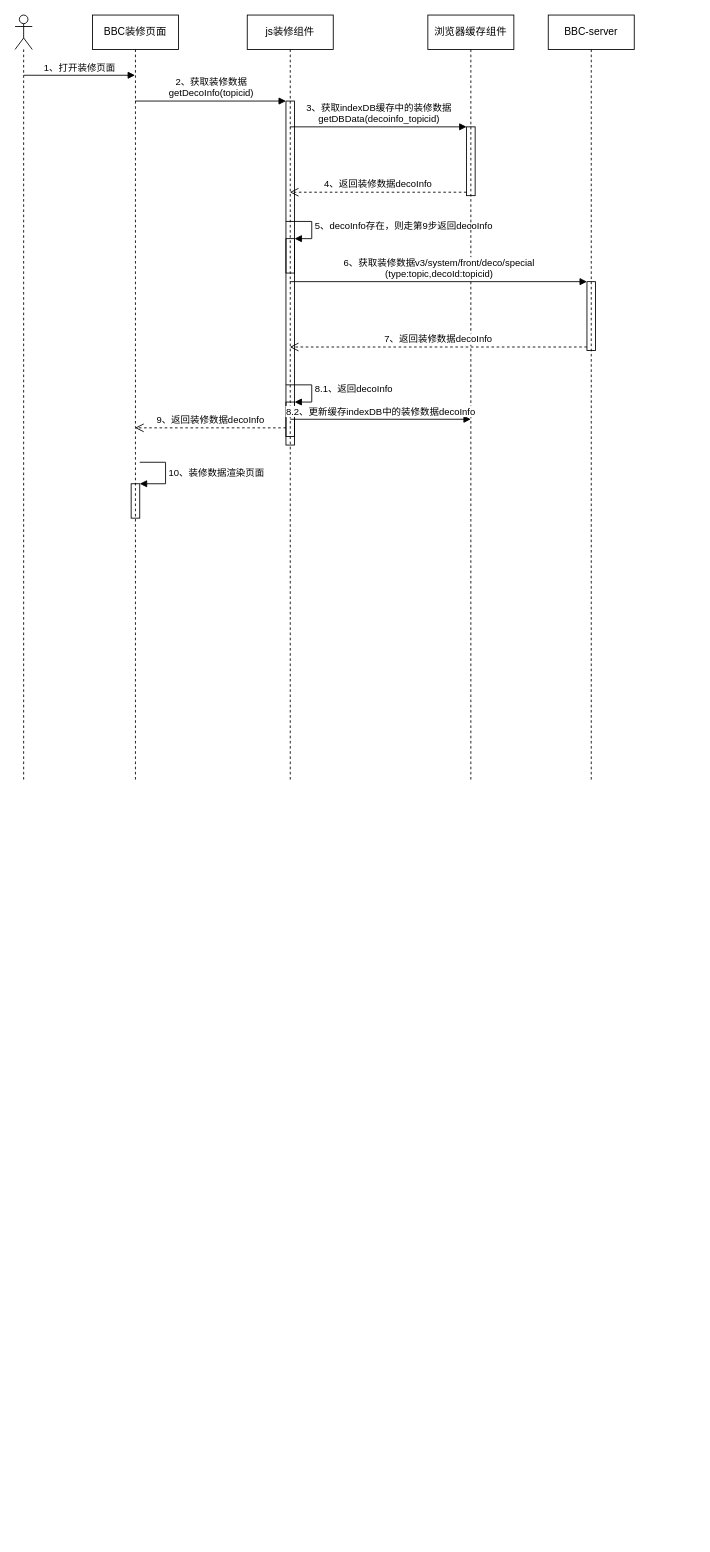
huturenji/drawio keeps this draw.io diagram as page "BBC装修页面加载流程" (5 of 5) of B+流程图.drawio. Above is the earlier version. Source tidied: cells renumbered, new cells numbered last; positions are measured from the earlier drawing's top-left corner, leaving out a move shared by most shapes. Both pictures are drawn from the tidied source at 86%, with x=0, y=0 at pixel (15, 15).
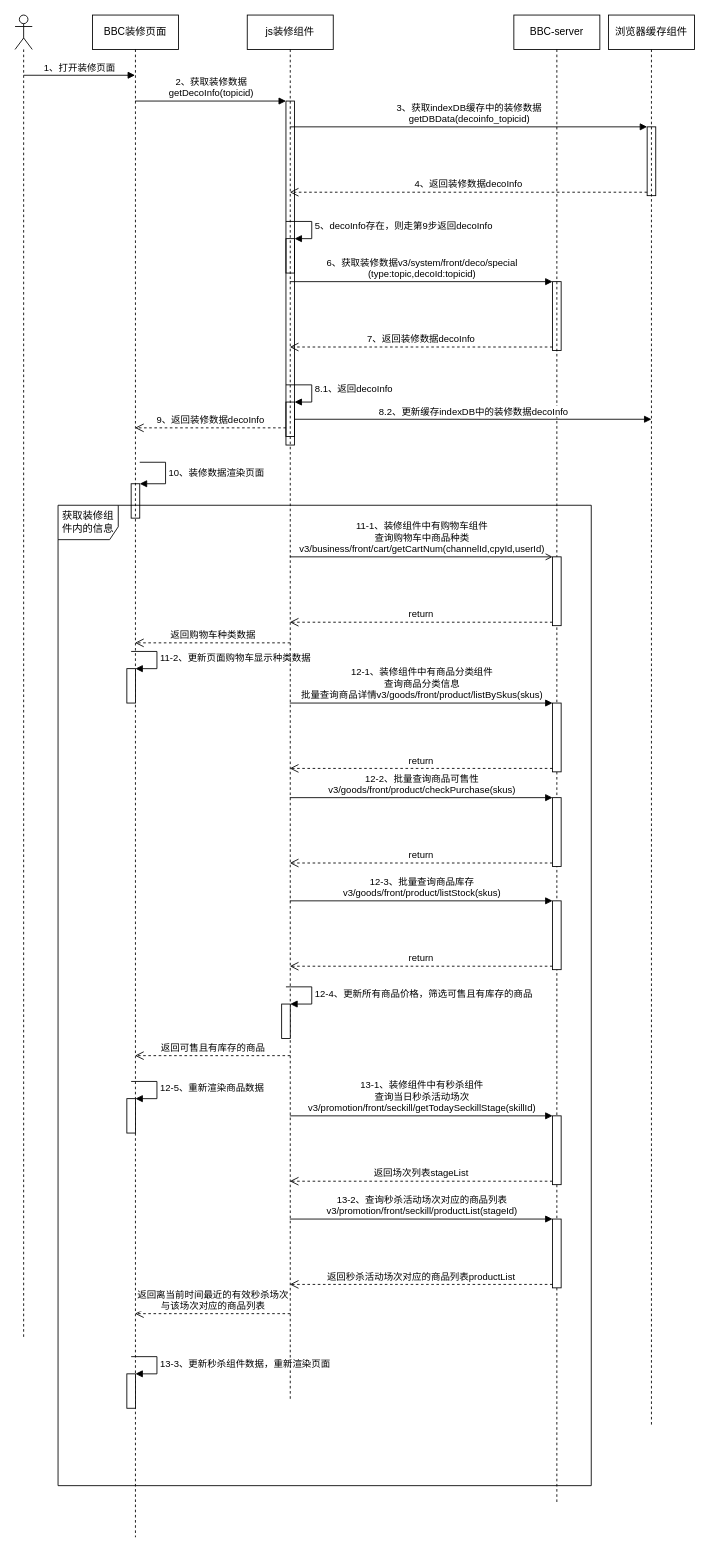
The same diagram, later.

The change refers to these unchanged cells:
```xml
<mxCell id="11" style="html=1;points=[];perimeter=orthogonalPerimeter;fillColor=none;" parent="7" vertex="1">
  <mxGeometry x="45" y="450" width="10" height="40" as="geometry" />
</mxCell>
```

What changed in the source:
```diff
@@
+    <mxCell id="24" value="获取装修组件内的信息" style="shape=umlFrame;whiteSpace=wrap;html=1;width=70;height=40;" parent="1" vertex="1">
+      <mxGeometry x="50" y="570" width="620" height="1140" as="geometry" />
+    </mxCell>
     <mxCell id="2" style="shape=umlLifeline;participant=umlActor;perimeter=lifelinePerimeter;whiteSpace=wrap;html=1;verticalAlign=top;spacingTop=36;fillColor=none;" parent="1" vertex="1">
-      <mxGeometry width="20" height="890" as="geometry" />
+      <mxGeometry width="20" height="1540" as="geometry" />
     </mxCell>
@@
     <mxCell id="4" value="BBC装修页面" style="shape=umlLifeline;perimeter=lifelinePerimeter;whiteSpace=wrap;html=1;outlineConnect=0;fillColor=none;" parent="1" vertex="1">
-      <mxGeometry x="90" width="100" height="890" as="geometry" />
+      <mxGeometry x="90" width="100" height="1770" as="geometry" />
     </mxCell>
@@
+    <mxCell id="25" style="html=1;points=[];perimeter=orthogonalPerimeter;" parent="4" vertex="1">
+      <mxGeometry x="40" y="760" width="10" height="40" as="geometry" />
+    </mxCell>
+    <mxCell id="26" value="11-2、更新页面购物车显示种类数据" style="edgeStyle=orthogonalEdgeStyle;html=1;align=left;spacingLeft=2;endArrow=block;rounded=0;entryX=1;entryY=0;" parent="4" edge="1" target="25">
+      <mxGeometry relative="1" as="geometry">
+        <mxPoint x="45" y="740" as="sourcePoint" />
+        <Array as="points">
+          <mxPoint x="75" y="740" />
+        </Array>
+      </mxGeometry>
+    </mxCell>
+    <mxCell id="27" style="html=1;points=[];perimeter=orthogonalPerimeter;" parent="4" vertex="1">
+      <mxGeometry x="40" y="1260" width="10" height="40" as="geometry" />
+    </mxCell>
+    <mxCell id="28" value="12-5、重新渲染商品数据" style="edgeStyle=orthogonalEdgeStyle;html=1;align=left;spacingLeft=2;endArrow=block;rounded=0;entryX=1;entryY=0;" parent="4" edge="1" target="27">
+      <mxGeometry relative="1" as="geometry">
+        <mxPoint x="45" y="1240" as="sourcePoint" />
+        <Array as="points">
+          <mxPoint x="75" y="1240" />
+        </Array>
+      </mxGeometry>
+    </mxCell>
+    <mxCell id="29" style="html=1;points=[];perimeter=orthogonalPerimeter;" parent="4" vertex="1">
+      <mxGeometry x="40" y="1580" width="10" height="40" as="geometry" />
+    </mxCell>
+    <mxCell id="30" value="13-3、更新秒杀组件数据，重新渲染页面" style="edgeStyle=orthogonalEdgeStyle;html=1;align=left;spacingLeft=2;endArrow=block;rounded=0;entryX=1;entryY=0;" parent="4" edge="1" target="29">
+      <mxGeometry relative="1" as="geometry">
+        <mxPoint x="45" y="1560" as="sourcePoint" />
+        <Array as="points">
+          <mxPoint x="75" y="1560" />
+        </Array>
+      </mxGeometry>
+    </mxCell>
     <mxCell id="7" value="js装修组件" style="shape=umlLifeline;perimeter=lifelinePerimeter;whiteSpace=wrap;html=1;outlineConnect=0;fillColor=none;" parent="1" vertex="1">
-      <mxGeometry x="270" width="100" height="890" as="geometry" />
+      <mxGeometry x="270" width="100" height="1610" as="geometry" />
     </mxCell>
@@
+    <mxCell id="31" style="html=1;points=[];perimeter=orthogonalPerimeter;" parent="7" vertex="1">
+      <mxGeometry x="40" y="1150" width="10" height="40" as="geometry" />
+    </mxCell>
+    <mxCell id="32" value="12-4、更新所有商品价格，筛选可售且有库存的商品" style="edgeStyle=orthogonalEdgeStyle;html=1;align=left;spacingLeft=2;endArrow=block;rounded=0;entryX=1;entryY=0;" parent="7" edge="1" target="31">
+      <mxGeometry relative="1" as="geometry">
+        <mxPoint x="45" y="1130" as="sourcePoint" />
+        <Array as="points">
+          <mxPoint x="75" y="1130" />
+        </Array>
+      </mxGeometry>
+    </mxCell>
     <mxCell id="13" value="BBC-server" style="shape=umlLifeline;perimeter=lifelinePerimeter;whiteSpace=wrap;html=1;fillColor=none;" parent="1" vertex="1">
-      <mxGeometry x="620" width="100" height="890" as="geometry" />
+      <mxGeometry x="580" width="100" height="1730" as="geometry" />
     </mxCell>
@@
+    <mxCell id="33" style="html=1;points=[];perimeter=orthogonalPerimeter;" parent="13" vertex="1">
+      <mxGeometry x="45" y="630" width="10" height="80" as="geometry" />
+    </mxCell>
+    <mxCell id="34" style="html=1;points=[];perimeter=orthogonalPerimeter;" parent="13" vertex="1">
+      <mxGeometry x="45" y="800" width="10" height="80" as="geometry" />
+    </mxCell>
+    <mxCell id="35" style="html=1;points=[];perimeter=orthogonalPerimeter;" parent="13" vertex="1">
+      <mxGeometry x="45" y="910" width="10" height="80" as="geometry" />
+    </mxCell>
+    <mxCell id="36" style="html=1;points=[];perimeter=orthogonalPerimeter;" parent="13" vertex="1">
+      <mxGeometry x="45" y="1030" width="10" height="80" as="geometry" />
+    </mxCell>
+    <mxCell id="37" style="html=1;points=[];perimeter=orthogonalPerimeter;" parent="13" vertex="1">
+      <mxGeometry x="45" y="1280" width="10" height="80" as="geometry" />
+    </mxCell>
+    <mxCell id="38" style="html=1;points=[];perimeter=orthogonalPerimeter;" parent="13" vertex="1">
+      <mxGeometry x="45" y="1400" width="10" height="80" as="geometry" />
+    </mxCell>
     <mxCell id="15" value="浏览器缓存组件" style="shape=umlLifeline;perimeter=lifelinePerimeter;whiteSpace=wrap;html=1;fillColor=none;" parent="1" vertex="1">
-      <mxGeometry x="480" width="100" height="890" as="geometry" />
+      <mxGeometry x="690" width="100" height="1640" as="geometry" />
     </mxCell>
@@
-    <mxCell id="17" value="8.2、更新缓存indexDB中的装修数据decoInfo" style="html=1;verticalAlign=bottom;endArrow=block;rounded=0;" parent="15" edge="1">
+    <mxCell id="17" value="8.2、更新缓存indexDB中的装修数据decoInfo" style="html=1;verticalAlign=bottom;endArrow=block;rounded=0;" parent="15" edge="1" source="11">
       <mxGeometry relative="1" as="geometry">
-        <mxPoint x="-160" y="470" as="sourcePoint" />
         <mxPoint x="50" y="470" as="targetPoint" />
       </mxGeometry>
     </mxCell>
@@
+    <mxCell id="39" value="11-1、装修组件中有购物车组件&lt;br&gt;查询购物车中商品种类&lt;br&gt;&lt;span style=&quot;font-size: 11px;&quot;&gt;v3/business/front/cart/getCartNum(channelId,cpyId,userId)&lt;/span&gt;" style="html=1;verticalAlign=bottom;endArrow=open;entryX=0;entryY=0;rounded=0;endFill=0;" parent="1" edge="1" source="7" target="33">
+      <mxGeometry relative="1" as="geometry" />
+    </mxCell>
+    <mxCell id="40" value="return" style="html=1;verticalAlign=bottom;endArrow=open;dashed=1;endSize=8;exitX=0;exitY=0.95;rounded=0;" parent="1" edge="1" source="33" target="7">
+      <mxGeometry relative="1" as="geometry" />
+    </mxCell>
+    <mxCell id="41" value="12-1、装修组件中有商品分类组件&lt;br&gt;查询商品分类信息&lt;br&gt;&lt;span style=&quot;font-size: 11px;&quot;&gt;批量查询商品详情v3/goods/front/product/listBySkus(skus)&lt;/span&gt;" style="html=1;verticalAlign=bottom;endArrow=block;entryX=0;entryY=0;rounded=0;endFill=1;" parent="1" edge="1" source="7" target="34">
+      <mxGeometry relative="1" as="geometry" />
+    </mxCell>
+    <mxCell id="42" value="return" style="html=1;verticalAlign=bottom;endArrow=open;dashed=1;endSize=8;exitX=0;exitY=0.95;rounded=0;" parent="1" edge="1" source="34" target="7">
+      <mxGeometry relative="1" as="geometry" />
+    </mxCell>
+    <mxCell id="43" value="12-2、批量查询商品可售性&lt;br&gt;&lt;span style=&quot;font-size: 11px;&quot;&gt;v3/goods/front/product/checkPurchase(skus)&lt;/span&gt;" style="html=1;verticalAlign=bottom;endArrow=block;entryX=0;entryY=0;rounded=0;" parent="1" edge="1" source="7" target="35">
+      <mxGeometry relative="1" as="geometry" />
+    </mxCell>
+    <mxCell id="44" value="return" style="html=1;verticalAlign=bottom;endArrow=open;dashed=1;endSize=8;exitX=0;exitY=0.95;rounded=0;" parent="1" edge="1" source="35" target="7">
+      <mxGeometry relative="1" as="geometry" />
+    </mxCell>
+    <mxCell id="45" value="返回购物车种类数据" style="html=1;verticalAlign=bottom;endArrow=open;dashed=1;endSize=8;rounded=0;" parent="1" edge="1" target="4">
+      <mxGeometry relative="1" as="geometry">
+        <mxPoint x="320" y="730" as="sourcePoint" />
+      </mxGeometry>
+    </mxCell>
+    <mxCell id="46" value="12-3、批量查询商品库存&lt;br&gt;&lt;span style=&quot;font-size: 11px;&quot;&gt;v3/goods/front/product/listStock(skus)&lt;/span&gt;" style="html=1;verticalAlign=bottom;endArrow=block;entryX=0;entryY=0;rounded=0;" parent="1" edge="1" source="7" target="36">
+      <mxGeometry relative="1" as="geometry" />
+    </mxCell>
+    <mxCell id="47" value="return" style="html=1;verticalAlign=bottom;endArrow=open;dashed=1;endSize=8;exitX=0;exitY=0.95;rounded=0;" parent="1" edge="1" source="36" target="7">
+      <mxGeometry relative="1" as="geometry" />
+    </mxCell>
+    <mxCell id="48" value="返回可售且有库存的商品" style="html=1;verticalAlign=bottom;endArrow=open;dashed=1;endSize=8;rounded=0;" parent="1" edge="1" target="4">
+      <mxGeometry relative="1" as="geometry">
+        <mxPoint x="320" y="1210" as="sourcePoint" />
+      </mxGeometry>
+    </mxCell>
+    <mxCell id="49" value="13-1、装修组件中有秒杀组件&lt;br&gt;查询当日秒杀活动场次&lt;br&gt;&lt;span style=&quot;font-size: 11px;&quot;&gt;v3/promotion/front/seckill/getTodaySeckillStage(skillId)&lt;/span&gt;" style="html=1;verticalAlign=bottom;endArrow=block;entryX=0;entryY=0;rounded=0;" parent="1" edge="1" source="7" target="37">
+      <mxGeometry relative="1" as="geometry" />
+    </mxCell>
+    <mxCell id="50" value="返回场次列表stageList" style="html=1;verticalAlign=bottom;endArrow=open;dashed=1;endSize=8;exitX=0;exitY=0.95;rounded=0;" parent="1" edge="1" source="37" target="7">
+      <mxGeometry relative="1" as="geometry" />
+    </mxCell>
+    <mxCell id="51" value="13-2、查询秒杀活动场次对应的商品列表&lt;br&gt;v3/promotion/front/seckill/productList(stageId)" style="html=1;verticalAlign=bottom;endArrow=block;entryX=0;entryY=0;rounded=0;" parent="1" edge="1" source="7" target="38">
+      <mxGeometry relative="1" as="geometry" />
+    </mxCell>
+    <mxCell id="52" value="返回秒杀活动场次对应的商品列表productList" style="html=1;verticalAlign=bottom;endArrow=open;dashed=1;endSize=8;exitX=0;exitY=0.95;rounded=0;" parent="1" edge="1" source="38" target="7">
+      <mxGeometry relative="1" as="geometry" />
+    </mxCell>
+    <mxCell id="53" value="返回离当前时间最近的有效秒杀场次&lt;br&gt;与该场次对应的商品列表" style="html=1;verticalAlign=bottom;endArrow=open;dashed=1;endSize=8;rounded=0;" parent="1" edge="1" target="4">
+      <mxGeometry relative="1" as="geometry">
+        <mxPoint x="320" y="1510" as="sourcePoint" />
+      </mxGeometry>
+    </mxCell>
```
